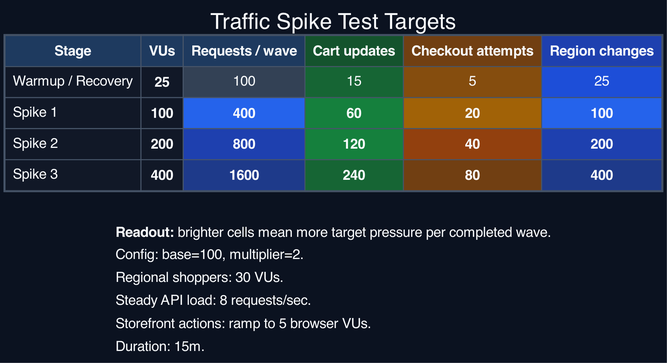
Above: docs/graphviz/traffic-spike-target-heatmap-dark.png in orenlion1/ensemble-retail (Graphviz), before the change. Its source is kept beside it as docs/graphviz/traffic-spike-target-heatmap-dark.dot.
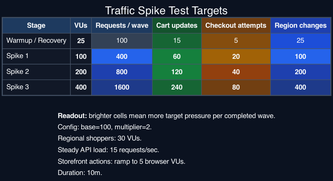
After the change.

Diff of the diagram source:
```diff
@@ -18,9 +18,9 @@
       <TR><TD ALIGN="LEFT"><FONT COLOR="#f8fafc"><B>Readout:</B> brighter cells mean more target pressure per completed wave.</FONT></TD></TR>
       <TR><TD ALIGN="LEFT"><FONT COLOR="#f8fafc">Config: base=100, multiplier=2.</FONT></TD></TR>
       <TR><TD ALIGN="LEFT"><FONT COLOR="#f8fafc">Regional shoppers: 30 VUs.</FONT></TD></TR>
-      <TR><TD ALIGN="LEFT"><FONT COLOR="#f8fafc">Steady API load: 8 requests/sec.</FONT></TD></TR>
+      <TR><TD ALIGN="LEFT"><FONT COLOR="#f8fafc">Steady API load: 15 requests/sec.</FONT></TD></TR>
       <TR><TD ALIGN="LEFT"><FONT COLOR="#f8fafc">Storefront actions: ramp to 5 browser VUs.</FONT></TD></TR>
-      <TR><TD ALIGN="LEFT"><FONT COLOR="#f8fafc">Duration: 15m.</FONT></TD></TR>
+      <TR><TD ALIGN="LEFT"><FONT COLOR="#f8fafc">Duration: 10m.</FONT></TD></TR>
     </TABLE>
   >];
 
```
